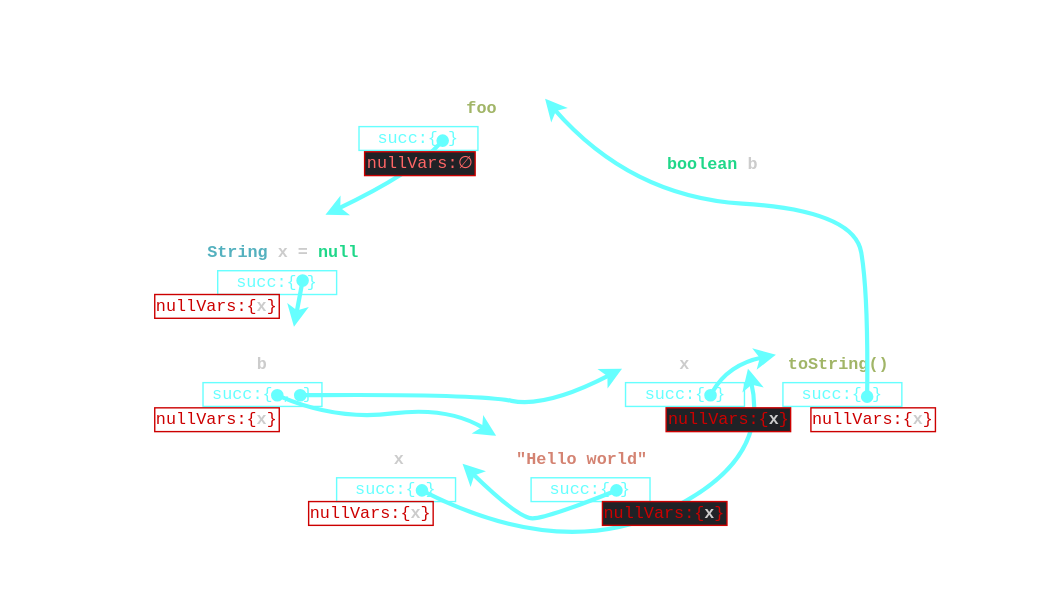
Earlier version of the draw.io export ECOOP2022/ecoop2022/imgs/NPA.svg (IdrissRio/presentations). Source tidied: cells renumbered, new cells last; positions are measured from the earlier drawing's top-left corner, leaving out a move shared by most shapes. Source of this version:
```xml
<mxGraphModel>
  <root>
    <mxCell id="0" />
    <mxCell id="1" parent="0" />
    <mxCell id="2" style="rounded=0;whiteSpace=wrap;html=1;fontFamily=Courier New;fontColor=#FFFFFF;strokeColor=none;fillColor=none;" parent="1" vertex="1">
      <mxGeometry width="750" height="430" as="geometry" />
    </mxCell>
    <mxCell id="3" value="&lt;font color=&quot;#ffffff&quot;&gt;MethodDecl&lt;br&gt;&lt;/font&gt;&lt;font color=&quot;#a1b567&quot;&gt;&lt;b&gt;foo&lt;/b&gt;&lt;/font&gt;" style="rounded=1;whiteSpace=wrap;html=1;fontFamily=Courier New;strokeColor=#FFFFFF;fillColor=none;" parent="1" vertex="1">
      <mxGeometry x="299" y="50" width="90" height="40" as="geometry" />
    </mxCell>
    <mxCell id="4" value="&lt;font color=&quot;#ffffff&quot;&gt;ParamDecl&lt;/font&gt;&lt;br&gt;&lt;b&gt;&lt;font color=&quot;#1fd789&quot;&gt;boolean&lt;/font&gt; &lt;font color=&quot;#cccccc&quot;&gt;b&lt;/font&gt;&lt;/b&gt;" style="rounded=1;whiteSpace=wrap;html=1;fontFamily=Courier New;fillColor=none;strokeColor=#FFFFFF;" parent="1" vertex="1">
      <mxGeometry x="464" y="90" width="90" height="40" as="geometry" />
    </mxCell>
    <mxCell id="5" value="&lt;font color=&quot;#ffffff&quot;&gt;DeclStmt&lt;/font&gt;&lt;br&gt;&lt;font color=&quot;#54b1bf&quot;&gt;&lt;b&gt;String&lt;/b&gt;&lt;/font&gt;&lt;b&gt;&lt;font color=&quot;#66ffff&quot;&gt; &lt;/font&gt;&lt;font color=&quot;#cccccc&quot;&gt;x =&lt;/font&gt; &lt;font color=&quot;#1fd789&quot;&gt;null&lt;/font&gt;&lt;/b&gt;" style="rounded=1;whiteSpace=wrap;html=1;fontFamily=Courier New;strokeColor=#FFFFFF;fillColor=none;" parent="1" vertex="1">
      <mxGeometry x="142" y="153" width="120" height="40" as="geometry" />
    </mxCell>
    <mxCell id="6" value="&lt;font color=&quot;#ffffff&quot;&gt;IfStmt&lt;/font&gt;" style="rounded=1;whiteSpace=wrap;html=1;fontFamily=Courier New;strokeColor=#FFFFFF;fillColor=none;" parent="1" vertex="1">
      <mxGeometry x="299" y="153" width="90" height="40" as="geometry" />
    </mxCell>
    <mxCell id="7" value="&lt;font color=&quot;#ffffff&quot;&gt;VarAccess&lt;/font&gt;&lt;br&gt;&lt;b&gt;&lt;font color=&quot;#cccccc&quot;&gt;b&lt;/font&gt;&lt;/b&gt;" style="rounded=1;whiteSpace=wrap;html=1;fontFamily=Courier New;strokeColor=#FFFFFF;fillColor=none;" parent="1" vertex="1">
      <mxGeometry x="142" y="233" width="90" height="40" as="geometry" />
    </mxCell>
    <mxCell id="8" value="&lt;font color=&quot;#ffffff&quot;&gt;AssignStmt&lt;/font&gt;" style="rounded=1;whiteSpace=wrap;html=1;fontFamily=Courier New;strokeColor=#FFFFFF;fillColor=none;" parent="1" vertex="1">
      <mxGeometry x="272" y="233" width="150" height="40" as="geometry" />
    </mxCell>
    <mxCell id="9" value="&lt;font color=&quot;#ffffff&quot;&gt;Dot&lt;/font&gt;" style="rounded=1;whiteSpace=wrap;html=1;fontFamily=Courier New;strokeColor=#FFFFFF;fillColor=none;" parent="1" vertex="1">
      <mxGeometry x="424" y="153" width="90" height="40" as="geometry" />
    </mxCell>
    <mxCell id="10" value="&lt;font color=&quot;#ffffff&quot;&gt;VarAccess&lt;/font&gt;&lt;br&gt;&lt;b&gt;&lt;font color=&quot;#cccccc&quot;&gt;x&lt;/font&gt;&lt;/b&gt;" style="rounded=1;whiteSpace=wrap;html=1;fontFamily=Courier New;strokeColor=#FFFFFF;fillColor=none;" parent="1" vertex="1">
      <mxGeometry x="444" y="233" width="90" height="40" as="geometry" />
    </mxCell>
    <mxCell id="11" value="&lt;font color=&quot;#ffffff&quot;&gt;MethodAccess&lt;/font&gt;&lt;br&gt;&lt;font color=&quot;#a1b567&quot;&gt;&lt;b&gt;toString()&lt;/b&gt;&lt;/font&gt;" style="rounded=1;whiteSpace=wrap;html=1;fontFamily=Courier New;strokeColor=#FFFFFF;fillColor=none;" parent="1" vertex="1">
      <mxGeometry x="554" y="233" width="90" height="40" as="geometry" />
    </mxCell>
    <mxCell id="12" style="endArrow=classic;html=1;rounded=0;fontFamily=Courier New;entryX=0.5;entryY=0;entryDx=0;entryDy=0;strokeColor=#FFFFFF;" parent="1" edge="1" target="4">
      <mxGeometry relative="1" as="geometry">
        <mxPoint x="390" y="70" as="sourcePoint" />
        <Array as="points">
          <mxPoint x="509" y="70" />
        </Array>
      </mxGeometry>
    </mxCell>
    <mxCell id="13" style="endArrow=classic;html=1;rounded=0;fontFamily=Courier New;entryX=1;entryY=0;entryDx=0;entryDy=0;strokeColor=#FFFFFF;" parent="1" edge="1" target="5">
      <mxGeometry relative="1" as="geometry">
        <mxPoint x="344" y="90" as="sourcePoint" />
        <Array as="points">
          <mxPoint x="344" y="133" />
        </Array>
      </mxGeometry>
    </mxCell>
    <mxCell id="14" style="endArrow=classic;html=1;rounded=0;fontFamily=Courier New;exitX=0.5;exitY=1;exitDx=0;exitDy=0;entryX=0.5;entryY=0;entryDx=0;entryDy=0;strokeColor=#FFFFFF;" parent="1" edge="1" target="6">
      <mxGeometry relative="1" as="geometry">
        <mxPoint x="344" y="113" as="sourcePoint" />
      </mxGeometry>
    </mxCell>
    <mxCell id="15" style="endArrow=classic;html=1;rounded=0;fontFamily=Courier New;entryX=0;entryY=0;entryDx=0;entryDy=0;exitX=0.5;exitY=1;exitDx=0;exitDy=0;strokeColor=#FFFFFF;" parent="1" edge="1" source="3" target="9">
      <mxGeometry relative="1" as="geometry">
        <Array as="points">
          <mxPoint x="344" y="133" />
        </Array>
      </mxGeometry>
    </mxCell>
    <mxCell id="16" style="endArrow=classic;html=1;rounded=0;fontFamily=Courier New;exitX=0.5;exitY=1;exitDx=0;exitDy=0;entryX=1;entryY=0;entryDx=0;entryDy=0;strokeColor=#FFFFFF;" parent="1" edge="1">
      <mxGeometry relative="1" as="geometry">
        <mxPoint x="344" y="193" as="sourcePoint" />
        <mxPoint x="229" y="233" as="targetPoint" />
        <Array as="points">
          <mxPoint x="344" y="213" />
        </Array>
      </mxGeometry>
    </mxCell>
    <mxCell id="17" style="endArrow=classic;html=1;rounded=0;fontFamily=Courier New;exitX=0.5;exitY=1;exitDx=0;exitDy=0;entryX=0.5;entryY=0;entryDx=0;entryDy=0;strokeColor=#FFFFFF;" parent="1" edge="1">
      <mxGeometry relative="1" as="geometry">
        <mxPoint x="344" y="195" as="sourcePoint" />
        <mxPoint x="344" y="235" as="targetPoint" />
      </mxGeometry>
    </mxCell>
    <mxCell id="18" style="endArrow=classic;html=1;rounded=0;fontFamily=Courier New;exitX=0.5;exitY=1;exitDx=0;exitDy=0;entryX=0.5;entryY=0;entryDx=0;entryDy=0;strokeColor=#FFFFFF;" parent="1" edge="1">
      <mxGeometry relative="1" as="geometry">
        <mxPoint x="494" y="193" as="sourcePoint" />
        <mxPoint x="494" y="233" as="targetPoint" />
      </mxGeometry>
    </mxCell>
    <mxCell id="19" style="endArrow=classic;html=1;rounded=0;fontFamily=Courier New;entryX=0;entryY=0;entryDx=0;entryDy=0;exitX=0.5;exitY=1;exitDx=0;exitDy=0;strokeColor=#FFFFFF;" parent="1" edge="1" target="11">
      <mxGeometry relative="1" as="geometry">
        <mxPoint x="494" y="193" as="sourcePoint" />
        <Array as="points">
          <mxPoint x="494" y="213" />
        </Array>
      </mxGeometry>
    </mxCell>
    <mxCell id="20" value="&lt;font color=&quot;#ffffff&quot;&gt;VarAccess&lt;/font&gt;&lt;br&gt;&lt;b&gt;&lt;font color=&quot;#cccccc&quot;&gt;x&lt;/font&gt;&lt;/b&gt;" style="rounded=1;whiteSpace=wrap;html=1;fontFamily=Courier New;strokeColor=#FFFFFF;fillColor=none;" parent="1" vertex="1">
      <mxGeometry x="240" y="301" width="90" height="40" as="geometry" />
    </mxCell>
    <mxCell id="21" value="&lt;font color=&quot;#ffffff&quot;&gt;Literal&lt;br&gt;&lt;/font&gt;&lt;b&gt;&amp;nbsp;&lt;font color=&quot;#d48372&quot;&gt;&quot;Hello world&quot;&lt;/font&gt;&lt;/b&gt;" style="rounded=1;whiteSpace=wrap;html=1;fontFamily=Courier New;strokeColor=#FFFFFF;fillColor=none;" parent="1" vertex="1">
      <mxGeometry x="354" y="301" width="116" height="40" as="geometry" />
    </mxCell>
    <mxCell id="22" style="endArrow=classic;html=1;rounded=0;fontFamily=Courier New;strokeColor=#FFFFFF;exitX=0.5;exitY=1;exitDx=0;exitDy=0;entryX=1;entryY=0;entryDx=0;entryDy=0;" parent="1" edge="1" target="20">
      <mxGeometry relative="1" as="geometry">
        <mxPoint x="342" y="273" as="sourcePoint" />
        <Array as="points">
          <mxPoint x="342" y="290" />
        </Array>
      </mxGeometry>
    </mxCell>
    <mxCell id="23" style="endArrow=classic;html=1;rounded=0;fontFamily=Courier New;strokeColor=#FFFFFF;entryX=0;entryY=0;entryDx=0;entryDy=0;" parent="1" edge="1" target="21">
      <mxGeometry relative="1" as="geometry">
        <mxPoint x="342" y="290" as="sourcePoint" />
        <Array as="points">
          <mxPoint x="342" y="290" />
        </Array>
      </mxGeometry>
    </mxCell>
    <mxCell id="24" value="&lt;font color=&quot;#66ffff&quot;&gt;succ:{ }&lt;/font&gt;" style="rounded=0;whiteSpace=wrap;html=1;fontFamily=Courier New;fontColor=#FFFFFF;strokeColor=#66FFFF;fillColor=none;" parent="1" vertex="1">
      <mxGeometry x="256" y="90" width="85" height="17" as="geometry" />
    </mxCell>
    <mxCell id="25" value="&lt;font color=&quot;#66ffff&quot;&gt;succ:{ }&lt;/font&gt;" style="rounded=0;whiteSpace=wrap;html=1;fontFamily=Courier New;fontColor=#FFFFFF;strokeColor=#66FFFF;fillColor=none;" parent="1" vertex="1">
      <mxGeometry x="155" y="193" width="85" height="17" as="geometry" />
    </mxCell>
    <mxCell id="26" value="&lt;font color=&quot;#66ffff&quot;&gt;succ:{ , }&lt;/font&gt;" style="rounded=0;whiteSpace=wrap;html=1;fontFamily=Courier New;fontColor=#FFFFFF;strokeColor=#66FFFF;fillColor=none;" parent="1" vertex="1">
      <mxGeometry x="144.5" y="273" width="85" height="17" as="geometry" />
    </mxCell>
    <mxCell id="27" value="&lt;font color=&quot;#66ffff&quot;&gt;succ:{ }&lt;/font&gt;" style="rounded=0;whiteSpace=wrap;html=1;fontFamily=Courier New;fontColor=#FFFFFF;strokeColor=#66FFFF;fillColor=none;" parent="1" vertex="1">
      <mxGeometry x="379" y="341" width="85" height="17" as="geometry" />
    </mxCell>
    <mxCell id="28" value="&lt;font color=&quot;#66ffff&quot;&gt;succ:{ }&lt;/font&gt;" style="rounded=0;whiteSpace=wrap;html=1;fontFamily=Courier New;fontColor=#FFFFFF;strokeColor=#66FFFF;fillColor=none;" parent="1" vertex="1">
      <mxGeometry x="240" y="341" width="85" height="17" as="geometry" />
    </mxCell>
    <mxCell id="29" value="&lt;font color=&quot;#66ffff&quot;&gt;succ:{ }&lt;/font&gt;" style="rounded=0;whiteSpace=wrap;html=1;fontFamily=Courier New;fontColor=#FFFFFF;strokeColor=#66FFFF;fillColor=none;" parent="1" vertex="1">
      <mxGeometry x="446.5" y="273" width="85" height="17" as="geometry" />
    </mxCell>
    <mxCell id="30" value="&lt;font color=&quot;#66ffff&quot;&gt;succ:{ }&lt;/font&gt;" style="rounded=0;whiteSpace=wrap;html=1;fontFamily=Courier New;fontColor=#FFFFFF;strokeColor=#66FFFF;fillColor=none;" parent="1" vertex="1">
      <mxGeometry x="559" y="273" width="85" height="17" as="geometry" />
    </mxCell>
    <mxCell id="31" style="curved=1;endArrow=classic;html=1;rounded=0;fontFamily=Verdana;fontColor=#66FFFF;strokeColor=#66FFFF;strokeWidth=3;startArrow=oval;startFill=1;entryX=0.75;entryY=0;entryDx=0;entryDy=0;" parent="1" edge="1" target="5">
      <mxGeometry relative="1" as="geometry">
        <mxPoint x="315.8" y="100" as="sourcePoint" />
        <Array as="points">
          <mxPoint x="295" y="123" />
        </Array>
      </mxGeometry>
    </mxCell>
    <mxCell id="32" style="curved=1;endArrow=classic;html=1;rounded=0;fontFamily=Verdana;fontColor=#66FFFF;strokeColor=#66FFFF;strokeWidth=3;startArrow=oval;startFill=1;entryX=0.75;entryY=0;entryDx=0;entryDy=0;" parent="1" edge="1" target="7">
      <mxGeometry relative="1" as="geometry">
        <mxPoint x="215.7" y="200" as="sourcePoint" />
      </mxGeometry>
    </mxCell>
    <mxCell id="33" style="curved=1;endArrow=classic;html=1;rounded=0;fontFamily=Verdana;fontColor=#66FFFF;strokeColor=#66FFFF;strokeWidth=3;startArrow=oval;startFill=1;entryX=0;entryY=0.25;entryDx=0;entryDy=0;" parent="1" edge="1" target="21">
      <mxGeometry relative="1" as="geometry">
        <mxPoint x="197.6" y="282" as="sourcePoint" />
        <Array as="points">
          <mxPoint x="240" y="300" />
          <mxPoint x="320" y="290" />
        </Array>
      </mxGeometry>
    </mxCell>
    <mxCell id="34" style="curved=1;endArrow=classic;html=1;rounded=0;fontFamily=Verdana;fontColor=#66FFFF;strokeColor=#66FFFF;strokeWidth=3;startArrow=oval;startFill=1;entryX=0;entryY=0.75;entryDx=0;entryDy=0;" parent="1" edge="1" target="10">
      <mxGeometry relative="1" as="geometry">
        <mxPoint x="214" y="282" as="sourcePoint" />
        <Array as="points">
          <mxPoint x="340" y="281" />
          <mxPoint x="390" y="291" />
        </Array>
      </mxGeometry>
    </mxCell>
    <mxCell id="35" style="curved=1;endArrow=classic;html=1;rounded=0;fontFamily=Verdana;fontColor=#66FFFF;strokeColor=#66FFFF;strokeWidth=3;startArrow=oval;startFill=1;entryX=1;entryY=0.75;entryDx=0;entryDy=0;" parent="1" edge="1" target="20">
      <mxGeometry relative="1" as="geometry">
        <mxPoint x="440" y="350" as="sourcePoint" />
        <Array as="points">
          <mxPoint x="390" y="370" />
          <mxPoint x="370" y="370" />
        </Array>
      </mxGeometry>
    </mxCell>
    <mxCell id="36" style="curved=1;endArrow=classic;html=1;rounded=0;fontFamily=Verdana;fontColor=#66FFFF;strokeColor=#66FFFF;strokeWidth=3;startArrow=oval;startFill=1;entryX=1;entryY=0.75;entryDx=0;entryDy=0;" parent="1" edge="1" target="10">
      <mxGeometry relative="1" as="geometry">
        <mxPoint x="301" y="350" as="sourcePoint" />
        <Array as="points">
          <mxPoint x="400" y="400" />
          <mxPoint x="550" y="330" />
        </Array>
      </mxGeometry>
    </mxCell>
    <mxCell id="37" style="curved=1;endArrow=classic;html=1;rounded=0;fontFamily=Verdana;fontColor=#66FFFF;strokeColor=#66FFFF;strokeWidth=3;startArrow=oval;startFill=1;entryX=1;entryY=0.5;entryDx=0;entryDy=0;" parent="1" edge="1" target="3">
      <mxGeometry relative="1" as="geometry">
        <mxPoint x="619.2" y="283" as="sourcePoint" />
        <Array as="points">
          <mxPoint x="620" y="210" />
          <mxPoint x="610" y="150" />
          <mxPoint x="450" y="140" />
        </Array>
      </mxGeometry>
    </mxCell>
    <mxCell id="38" style="curved=1;endArrow=classic;html=1;rounded=0;fontFamily=Verdana;fontColor=#66FFFF;strokeColor=#66FFFF;strokeWidth=3;startArrow=oval;startFill=1;entryX=0;entryY=0.5;entryDx=0;entryDy=0;exitX=0.75;exitY=1;exitDx=0;exitDy=0;" parent="1" edge="1" target="11">
      <mxGeometry relative="1" as="geometry">
        <mxPoint x="507.3" y="282" as="sourcePoint" />
        <Array as="points">
          <mxPoint x="520" y="260" />
        </Array>
      </mxGeometry>
    </mxCell>
    <mxCell id="39" value="&lt;font color=&quot;#ff6666&quot;&gt;nullVars:&lt;span style=&quot;font-family: Menlo, Monaco, &amp;quot;Courier New&amp;quot;, monospace;&quot;&gt;∅&lt;/span&gt;&lt;/font&gt;" style="rounded=0;whiteSpace=wrap;html=1;fontFamily=Courier New;fontColor=#FFFFFF;strokeColor=#CC0000;fillColor=#202226;" parent="1" vertex="1">
      <mxGeometry x="260" y="108" width="79" height="17" as="geometry" />
    </mxCell>
    <mxCell id="40" value="&lt;font color=&quot;#cc0000&quot;&gt;nullVars:&lt;font style=&quot;&quot; face=&quot;Menlo, Monaco, Courier New, monospace&quot;&gt;{&lt;/font&gt;&lt;/font&gt;&lt;b style=&quot;color: rgb(0, 0, 0);&quot;&gt;&lt;font color=&quot;#cccccc&quot;&gt;x&lt;/font&gt;&lt;/b&gt;&lt;font color=&quot;#cc0000&quot;&gt;&lt;font style=&quot;&quot; face=&quot;Menlo, Monaco, Courier New, monospace&quot;&gt;}&lt;/font&gt;&lt;/font&gt;" style="rounded=0;whiteSpace=wrap;html=1;fontFamily=Courier New;fontColor=#FFFFFF;strokeColor=#CC0000;fillColor=none;" parent="1" vertex="1">
      <mxGeometry x="110" y="210" width="89" height="17" as="geometry" />
    </mxCell>
    <mxCell id="41" value="&lt;font color=&quot;#cc0000&quot;&gt;nullVars:&lt;font style=&quot;&quot; face=&quot;Menlo, Monaco, Courier New, monospace&quot;&gt;{&lt;/font&gt;&lt;/font&gt;&lt;b style=&quot;color: rgb(0, 0, 0);&quot;&gt;&lt;font color=&quot;#cccccc&quot;&gt;x&lt;/font&gt;&lt;/b&gt;&lt;font color=&quot;#cc0000&quot;&gt;&lt;font style=&quot;&quot; face=&quot;Menlo, Monaco, Courier New, monospace&quot;&gt;}&lt;/font&gt;&lt;/font&gt;" style="rounded=0;whiteSpace=wrap;html=1;fontFamily=Courier New;fontColor=#FFFFFF;strokeColor=#CC0000;fillColor=none;" parent="1" vertex="1">
      <mxGeometry x="110" y="291" width="89" height="17" as="geometry" />
    </mxCell>
    <mxCell id="42" value="&lt;font color=&quot;#cc0000&quot;&gt;nullVars:&lt;font style=&quot;&quot; face=&quot;Menlo, Monaco, Courier New, monospace&quot;&gt;{&lt;/font&gt;&lt;/font&gt;&lt;b style=&quot;color: rgb(0, 0, 0);&quot;&gt;&lt;font color=&quot;#cccccc&quot;&gt;x&lt;/font&gt;&lt;/b&gt;&lt;font color=&quot;#cc0000&quot;&gt;&lt;font style=&quot;&quot; face=&quot;Menlo, Monaco, Courier New, monospace&quot;&gt;}&lt;/font&gt;&lt;/font&gt;" style="rounded=0;whiteSpace=wrap;html=1;fontFamily=Courier New;fontColor=#FFFFFF;strokeColor=#CC0000;fillColor=none;" parent="1" vertex="1">
      <mxGeometry x="220" y="358" width="89" height="17" as="geometry" />
    </mxCell>
    <mxCell id="43" value="&lt;font color=&quot;#cc0000&quot;&gt;nullVars:&lt;font style=&quot;&quot; face=&quot;Menlo, Monaco, Courier New, monospace&quot;&gt;{&lt;/font&gt;&lt;/font&gt;&lt;b style=&quot;color: rgb(0, 0, 0);&quot;&gt;&lt;font color=&quot;#cccccc&quot;&gt;x&lt;/font&gt;&lt;/b&gt;&lt;font color=&quot;#cc0000&quot;&gt;&lt;font style=&quot;&quot; face=&quot;Menlo, Monaco, Courier New, monospace&quot;&gt;}&lt;/font&gt;&lt;/font&gt;" style="rounded=0;whiteSpace=wrap;html=1;fontFamily=Courier New;fontColor=#FFFFFF;strokeColor=#CC0000;fillColor=#202226;" parent="1" vertex="1">
      <mxGeometry x="430" y="358" width="89" height="17" as="geometry" />
    </mxCell>
    <mxCell id="44" value="&lt;font color=&quot;#cc0000&quot;&gt;nullVars:&lt;font style=&quot;&quot; face=&quot;Menlo, Monaco, Courier New, monospace&quot;&gt;{&lt;/font&gt;&lt;/font&gt;&lt;b style=&quot;color: rgb(0, 0, 0);&quot;&gt;&lt;font color=&quot;#cccccc&quot;&gt;x&lt;/font&gt;&lt;/b&gt;&lt;font color=&quot;#cc0000&quot;&gt;&lt;font style=&quot;&quot; face=&quot;Menlo, Monaco, Courier New, monospace&quot;&gt;}&lt;/font&gt;&lt;/font&gt;" style="rounded=0;whiteSpace=wrap;html=1;fontFamily=Courier New;fontColor=#FFFFFF;strokeColor=#CC0000;fillColor=#202226;" parent="1" vertex="1">
      <mxGeometry x="475.5" y="291" width="89" height="17" as="geometry" />
    </mxCell>
    <mxCell id="45" value="&lt;font color=&quot;#cc0000&quot;&gt;nullVars:&lt;font style=&quot;&quot; face=&quot;Menlo, Monaco, Courier New, monospace&quot;&gt;{&lt;/font&gt;&lt;/font&gt;&lt;b style=&quot;color: rgb(0, 0, 0);&quot;&gt;&lt;font color=&quot;#cccccc&quot;&gt;x&lt;/font&gt;&lt;/b&gt;&lt;font color=&quot;#cc0000&quot;&gt;&lt;font style=&quot;&quot; face=&quot;Menlo, Monaco, Courier New, monospace&quot;&gt;}&lt;/font&gt;&lt;/font&gt;" style="rounded=0;whiteSpace=wrap;html=1;fontFamily=Courier New;fontColor=#FFFFFF;strokeColor=#CC0000;fillColor=none;" parent="1" vertex="1">
      <mxGeometry x="579" y="291" width="89" height="17" as="geometry" />
    </mxCell>
  </root>
</mxGraphModel>
```
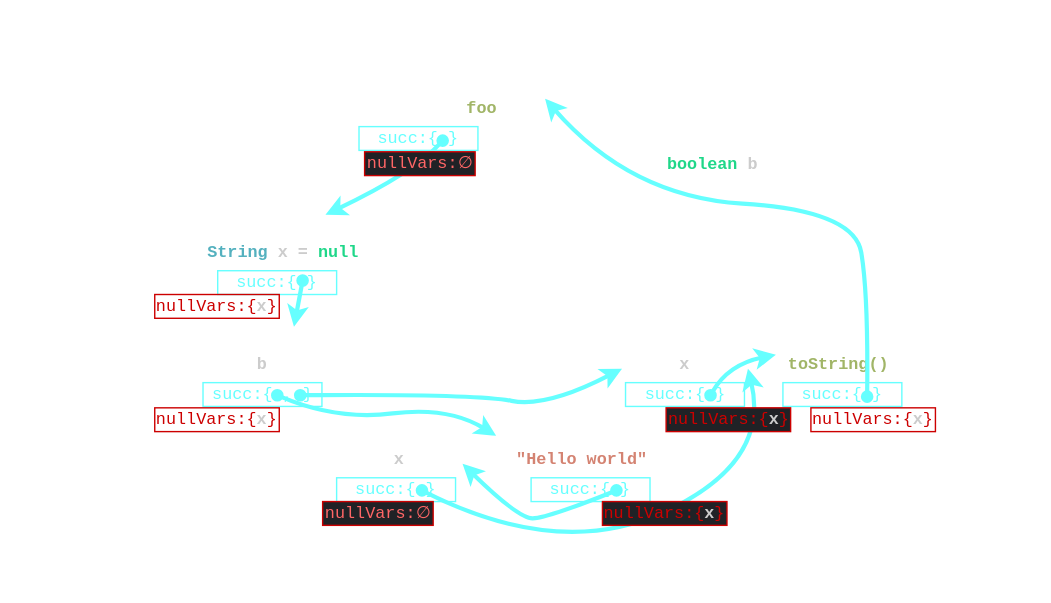
The same file after the commit.

What changed in the source:
```diff
@@ -208,9 +208,6 @@
     <mxCell id="41" value="&lt;font color=&quot;#cc0000&quot;&gt;nullVars:&lt;font style=&quot;&quot; face=&quot;Menlo, Monaco, Courier New, monospace&quot;&gt;{&lt;/font&gt;&lt;/font&gt;&lt;b style=&quot;color: rgb(0, 0, 0);&quot;&gt;&lt;font color=&quot;#cccccc&quot;&gt;x&lt;/font&gt;&lt;/b&gt;&lt;font color=&quot;#cc0000&quot;&gt;&lt;font style=&quot;&quot; face=&quot;Menlo, Monaco, Courier New, monospace&quot;&gt;}&lt;/font&gt;&lt;/font&gt;" style="rounded=0;whiteSpace=wrap;html=1;fontFamily=Courier New;fontColor=#FFFFFF;strokeColor=#CC0000;fillColor=none;" parent="1" vertex="1">
       <mxGeometry x="110" y="291" width="89" height="17" as="geometry" />
     </mxCell>
-    <mxCell id="42" value="&lt;font color=&quot;#cc0000&quot;&gt;nullVars:&lt;font style=&quot;&quot; face=&quot;Menlo, Monaco, Courier New, monospace&quot;&gt;{&lt;/font&gt;&lt;/font&gt;&lt;b style=&quot;color: rgb(0, 0, 0);&quot;&gt;&lt;font color=&quot;#cccccc&quot;&gt;x&lt;/font&gt;&lt;/b&gt;&lt;font color=&quot;#cc0000&quot;&gt;&lt;font style=&quot;&quot; face=&quot;Menlo, Monaco, Courier New, monospace&quot;&gt;}&lt;/font&gt;&lt;/font&gt;" style="rounded=0;whiteSpace=wrap;html=1;fontFamily=Courier New;fontColor=#FFFFFF;strokeColor=#CC0000;fillColor=none;" parent="1" vertex="1">
-      <mxGeometry x="220" y="358" width="89" height="17" as="geometry" />
-    </mxCell>
     <mxCell id="43" value="&lt;font color=&quot;#cc0000&quot;&gt;nullVars:&lt;font style=&quot;&quot; face=&quot;Menlo, Monaco, Courier New, monospace&quot;&gt;{&lt;/font&gt;&lt;/font&gt;&lt;b style=&quot;color: rgb(0, 0, 0);&quot;&gt;&lt;font color=&quot;#cccccc&quot;&gt;x&lt;/font&gt;&lt;/b&gt;&lt;font color=&quot;#cc0000&quot;&gt;&lt;font style=&quot;&quot; face=&quot;Menlo, Monaco, Courier New, monospace&quot;&gt;}&lt;/font&gt;&lt;/font&gt;" style="rounded=0;whiteSpace=wrap;html=1;fontFamily=Courier New;fontColor=#FFFFFF;strokeColor=#CC0000;fillColor=#202226;" parent="1" vertex="1">
       <mxGeometry x="430" y="358" width="89" height="17" as="geometry" />
     </mxCell>
@@ -220,5 +217,8 @@
     <mxCell id="45" value="&lt;font color=&quot;#cc0000&quot;&gt;nullVars:&lt;font style=&quot;&quot; face=&quot;Menlo, Monaco, Courier New, monospace&quot;&gt;{&lt;/font&gt;&lt;/font&gt;&lt;b style=&quot;color: rgb(0, 0, 0);&quot;&gt;&lt;font color=&quot;#cccccc&quot;&gt;x&lt;/font&gt;&lt;/b&gt;&lt;font color=&quot;#cc0000&quot;&gt;&lt;font style=&quot;&quot; face=&quot;Menlo, Monaco, Courier New, monospace&quot;&gt;}&lt;/font&gt;&lt;/font&gt;" style="rounded=0;whiteSpace=wrap;html=1;fontFamily=Courier New;fontColor=#FFFFFF;strokeColor=#CC0000;fillColor=none;" parent="1" vertex="1">
       <mxGeometry x="579" y="291" width="89" height="17" as="geometry" />
     </mxCell>
+    <mxCell id="46" value="&lt;font color=&quot;#ff6666&quot;&gt;nullVars:&lt;span style=&quot;font-family: Menlo, Monaco, &amp;quot;Courier New&amp;quot;, monospace;&quot;&gt;∅&lt;/span&gt;&lt;/font&gt;" style="rounded=0;whiteSpace=wrap;html=1;fontFamily=Courier New;fontColor=#FFFFFF;strokeColor=#CC0000;fillColor=#202226;" parent="1" vertex="1">
+      <mxGeometry x="230" y="358" width="79" height="17" as="geometry" />
+    </mxCell>
   </root>
 </mxGraphModel>
```
